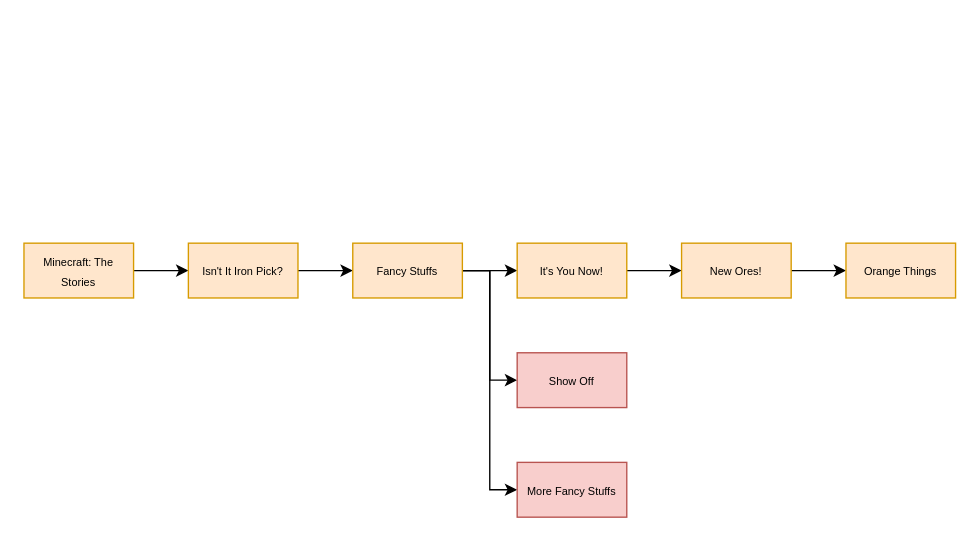
Above: .github/MTS Advancement.drawio in MrGodDavid/fabric-minecraft-the-stories-mod-26.2 (draw.io), before the change. Source tidied: cells renumbered, new cells numbered last; positions are measured from the earlier drawing's top-left corner, leaving out a move shared by most shapes. Both pictures are drawn from the tidied source at 137%, with x=0, y=0 at pixel (23, 242).
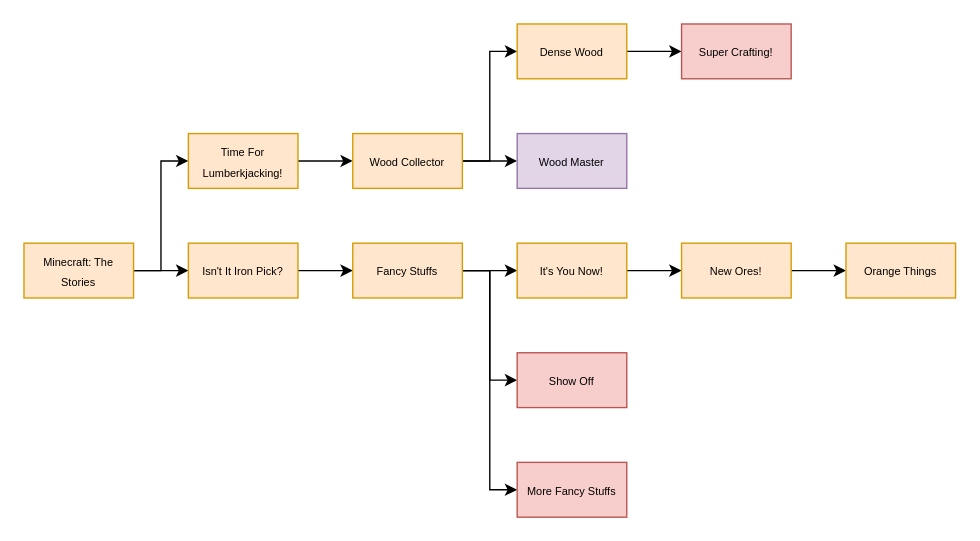
The same page after the edit.

The change refers to these unchanged cells:
```xml
<mxCell id="3" value="&lt;font style=&quot;font-size: 8px;&quot;&gt;Minecraft: The Stories&lt;/font&gt;" style="rounded=0;whiteSpace=wrap;html=1;fillColor=#ffe6cc;strokeColor=#d79b00;" parent="1" vertex="1">
  <mxGeometry width="80" height="40" as="geometry" />
</mxCell>
```

Change to the diagram source:
```diff
@@
+    <mxCell id="17" style="edgeStyle=orthogonalEdgeStyle;rounded=0;jettySize=auto;html=1;exitX=1;exitY=0.5;exitDx=0;exitDy=0;entryX=0;entryY=0.5;entryDx=0;entryDy=0;" parent="1" edge="1" source="3" target="19">
+      <mxGeometry relative="1" as="geometry" />
+    </mxCell>
@@
+    <mxCell id="18" style="edgeStyle=orthogonalEdgeStyle;rounded=0;jettySize=auto;html=1;exitX=1;exitY=0.5;exitDx=0;exitDy=0;entryX=0;entryY=0.5;entryDx=0;entryDy=0;" parent="1" edge="1" source="19" target="22">
+      <mxGeometry relative="1" as="geometry" />
+    </mxCell>
+    <mxCell id="19" value="&lt;font style=&quot;font-size: 8px;&quot;&gt;Time For Lumberkjacking!&lt;/font&gt;" style="rounded=0;whiteSpace=wrap;html=1;fillColor=#ffe6cc;strokeColor=#d79b00;" parent="1" vertex="1">
+      <mxGeometry x="120" y="-80" width="80" height="40" as="geometry" />
+    </mxCell>
+    <mxCell id="20" style="edgeStyle=orthogonalEdgeStyle;rounded=0;jettySize=auto;html=1;exitX=1;exitY=0.5;exitDx=0;exitDy=0;entryX=0;entryY=0.5;entryDx=0;entryDy=0;" parent="1" edge="1" source="22" target="24">
+      <mxGeometry relative="1" as="geometry" />
+    </mxCell>
+    <mxCell id="21" style="edgeStyle=orthogonalEdgeStyle;rounded=0;jettySize=auto;html=1;exitX=1;exitY=0.5;exitDx=0;exitDy=0;entryX=0;entryY=0.5;entryDx=0;entryDy=0;" parent="1" edge="1" source="22" target="25">
+      <mxGeometry relative="1" as="geometry" />
+    </mxCell>
+    <mxCell id="22" value="&lt;span style=&quot;font-size: 8px;&quot;&gt;Wood Collector&lt;/span&gt;" style="rounded=0;whiteSpace=wrap;html=1;fillColor=#ffe6cc;strokeColor=#d79b00;" parent="1" vertex="1">
+      <mxGeometry x="240" y="-80" width="80" height="40" as="geometry" />
+    </mxCell>
+    <mxCell id="23" style="edgeStyle=orthogonalEdgeStyle;rounded=0;jettySize=auto;html=1;exitX=1;exitY=0.5;exitDx=0;exitDy=0;entryX=0;entryY=0.5;entryDx=0;entryDy=0;" parent="1" edge="1" source="24" target="26">
+      <mxGeometry relative="1" as="geometry" />
+    </mxCell>
+    <mxCell id="24" value="&lt;span style=&quot;font-size: 8px;&quot;&gt;Dense Wood&lt;/span&gt;" style="rounded=0;whiteSpace=wrap;html=1;fillColor=#ffe6cc;strokeColor=#d79b00;" parent="1" vertex="1">
+      <mxGeometry x="360" y="-160" width="80" height="40" as="geometry" />
+    </mxCell>
+    <mxCell id="25" value="&lt;span style=&quot;font-size: 8px;&quot;&gt;Wood Master&lt;/span&gt;" style="rounded=0;whiteSpace=wrap;html=1;fillColor=#e1d5e7;strokeColor=#9673a6;" parent="1" vertex="1">
+      <mxGeometry x="360" y="-80" width="80" height="40" as="geometry" />
+    </mxCell>
+    <mxCell id="26" value="&lt;span style=&quot;font-size: 8px;&quot;&gt;Super Crafting!&lt;/span&gt;" style="rounded=0;whiteSpace=wrap;html=1;fillColor=#f8cecc;strokeColor=#b85450;" parent="1" vertex="1">
+      <mxGeometry x="480" y="-160" width="80" height="40" as="geometry" />
+    </mxCell>
```
